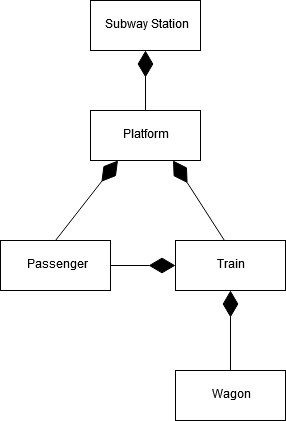
Before: images/DWAObjects.png, a diagram exported from draw.io (IDS6145-Fall2019/assignment1-SimonSoschinski). Source tidied: cells renumbered, new cells last; positions are measured from the earlier drawing's top-left corner, leaving out a move shared by most shapes. Its diagram source:
```xml
<mxGraphModel background="#ffffff">
  <root>
    <mxCell id="0" />
    <mxCell id="1" parent="0" />
    <mxCell id="2" value="Subway Station" style="html=1;" parent="1" vertex="1">
      <mxGeometry x="90" width="110" height="50" as="geometry" />
    </mxCell>
    <mxCell id="3" value="Platform" style="html=1;" parent="1" vertex="1">
      <mxGeometry x="90" y="110" width="110" height="50" as="geometry" />
    </mxCell>
    <mxCell id="4" value="Wagon" style="html=1;" parent="1" vertex="1">
      <mxGeometry x="175" y="370" width="110" height="50" as="geometry" />
    </mxCell>
    <mxCell id="5" value="Train" style="html=1;" parent="1" vertex="1">
      <mxGeometry x="175" y="240" width="110" height="50" as="geometry" />
    </mxCell>
    <mxCell id="6" value="Passenger" style="html=1;" parent="1" vertex="1">
      <mxGeometry y="240" width="110" height="50" as="geometry" />
    </mxCell>
    <mxCell id="7" style="endArrow=diamondThin;endFill=1;endSize=24;html=1;entryX=0.5;entryY=1;entryDx=0;entryDy=0;exitX=0.5;exitY=0;exitDx=0;exitDy=0;" parent="1" edge="1" source="3" target="2">
      <mxGeometry relative="1" as="geometry" />
    </mxCell>
    <mxCell id="8" style="endArrow=diamondThin;endFill=1;endSize=24;html=1;entryX=0.5;entryY=1;entryDx=0;entryDy=0;exitX=0.5;exitY=0;exitDx=0;exitDy=0;" parent="1" edge="1" source="4" target="5">
      <mxGeometry relative="1" as="geometry" />
    </mxCell>
    <mxCell id="9" style="endArrow=diamondThin;endFill=1;endSize=24;html=1;entryX=0.75;entryY=1;entryDx=0;entryDy=0;exitX=0.445;exitY=0;exitDx=0;exitDy=0;exitPerimeter=0;" parent="1" edge="1" source="5" target="3">
      <mxGeometry relative="1" as="geometry" />
    </mxCell>
    <mxCell id="10" style="endArrow=diamondThin;endFill=1;endSize=24;html=1;entryX=0.25;entryY=1;entryDx=0;entryDy=0;exitX=0.5;exitY=0;exitDx=0;exitDy=0;" parent="1" edge="1" source="6" target="3">
      <mxGeometry relative="1" as="geometry" />
    </mxCell>
    <mxCell id="11" style="endArrow=diamondThin;endFill=1;endSize=24;html=1;entryX=0;entryY=0.5;entryDx=0;entryDy=0;exitX=1;exitY=0.5;exitDx=0;exitDy=0;" parent="1" edge="1" source="6" target="5">
      <mxGeometry relative="1" as="geometry" />
    </mxCell>
  </root>
</mxGraphModel>
```
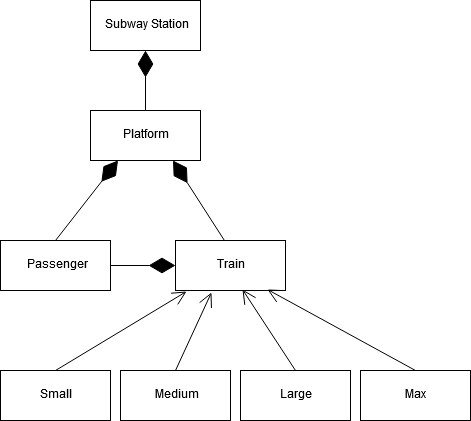
The same diagram one commit later.

Commit message:
Object Diagram Updated

The edit, as a diff of the source:
```diff
@@ -8,8 +8,8 @@
     <mxCell id="3" value="Platform" style="html=1;" parent="1" vertex="1">
       <mxGeometry x="90" y="110" width="110" height="50" as="geometry" />
     </mxCell>
-    <mxCell id="4" value="Wagon" style="html=1;" parent="1" vertex="1">
-      <mxGeometry x="175" y="370" width="110" height="50" as="geometry" />
+    <mxCell id="4" value="Medium" style="html=1;" parent="1" vertex="1">
+      <mxGeometry x="120" y="370" width="110" height="50" as="geometry" />
     </mxCell>
     <mxCell id="5" value="Train" style="html=1;" parent="1" vertex="1">
       <mxGeometry x="175" y="240" width="110" height="50" as="geometry" />
@@ -20,9 +20,6 @@
     <mxCell id="7" style="endArrow=diamondThin;endFill=1;endSize=24;html=1;entryX=0.5;entryY=1;entryDx=0;entryDy=0;exitX=0.5;exitY=0;exitDx=0;exitDy=0;" parent="1" edge="1" source="3" target="2">
       <mxGeometry relative="1" as="geometry" />
     </mxCell>
-    <mxCell id="8" style="endArrow=diamondThin;endFill=1;endSize=24;html=1;entryX=0.5;entryY=1;entryDx=0;entryDy=0;exitX=0.5;exitY=0;exitDx=0;exitDy=0;" parent="1" edge="1" source="4" target="5">
-      <mxGeometry relative="1" as="geometry" />
-    </mxCell>
     <mxCell id="9" style="endArrow=diamondThin;endFill=1;endSize=24;html=1;entryX=0.75;entryY=1;entryDx=0;entryDy=0;exitX=0.445;exitY=0;exitDx=0;exitDy=0;exitPerimeter=0;" parent="1" edge="1" source="5" target="3">
       <mxGeometry relative="1" as="geometry" />
     </mxCell>
@@ -32,5 +29,26 @@
     <mxCell id="11" style="endArrow=diamondThin;endFill=1;endSize=24;html=1;entryX=0;entryY=0.5;entryDx=0;entryDy=0;exitX=1;exitY=0.5;exitDx=0;exitDy=0;" parent="1" edge="1" source="6" target="5">
       <mxGeometry relative="1" as="geometry" />
     </mxCell>
+    <mxCell id="8" style="endArrow=open;endFill=1;endSize=12;html=1;exitX=0.5;exitY=0;exitDx=0;exitDy=0;entryX=0.327;entryY=1.04;entryDx=0;entryDy=0;entryPerimeter=0;" parent="1" edge="1" source="4" target="5">
+      <mxGeometry relative="1" as="geometry" />
+    </mxCell>
+    <mxCell id="12" value="Max" style="html=1;" parent="1" vertex="1">
+      <mxGeometry x="360" y="370" width="110" height="50" as="geometry" />
+    </mxCell>
+    <mxCell id="13" value="Large" style="html=1;" parent="1" vertex="1">
+      <mxGeometry x="240" y="370" width="110" height="50" as="geometry" />
+    </mxCell>
+    <mxCell id="14" value="Small" style="html=1;" parent="1" vertex="1">
+      <mxGeometry y="370" width="110" height="50" as="geometry" />
+    </mxCell>
+    <mxCell id="15" style="endArrow=open;endFill=1;endSize=12;html=1;exitX=0.5;exitY=0;exitDx=0;exitDy=0;entryX=0.1;entryY=1.02;entryDx=0;entryDy=0;entryPerimeter=0;" parent="1" edge="1" source="14" target="5">
+      <mxGeometry relative="1" as="geometry" />
+    </mxCell>
+    <mxCell id="16" style="endArrow=open;endFill=1;endSize=12;html=1;exitX=0.5;exitY=0;exitDx=0;exitDy=0;entryX=0.609;entryY=0.98;entryDx=0;entryDy=0;entryPerimeter=0;" parent="1" edge="1" source="13" target="5">
+      <mxGeometry relative="1" as="geometry" />
+    </mxCell>
+    <mxCell id="17" style="endArrow=open;endFill=1;endSize=12;html=1;exitX=0.5;exitY=0;exitDx=0;exitDy=0;entryX=0.836;entryY=0.98;entryDx=0;entryDy=0;entryPerimeter=0;" parent="1" edge="1" source="12" target="5">
+      <mxGeometry relative="1" as="geometry" />
+    </mxCell>
   </root>
 </mxGraphModel>
```
